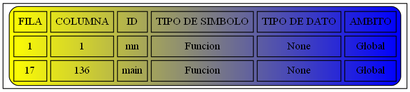
JoseMore99/OLC2_P1_201701015 keeps this Graphviz diagram as Simbolos.png. Above is the earlier version. Its source is kept beside it as Simbolos.dot.
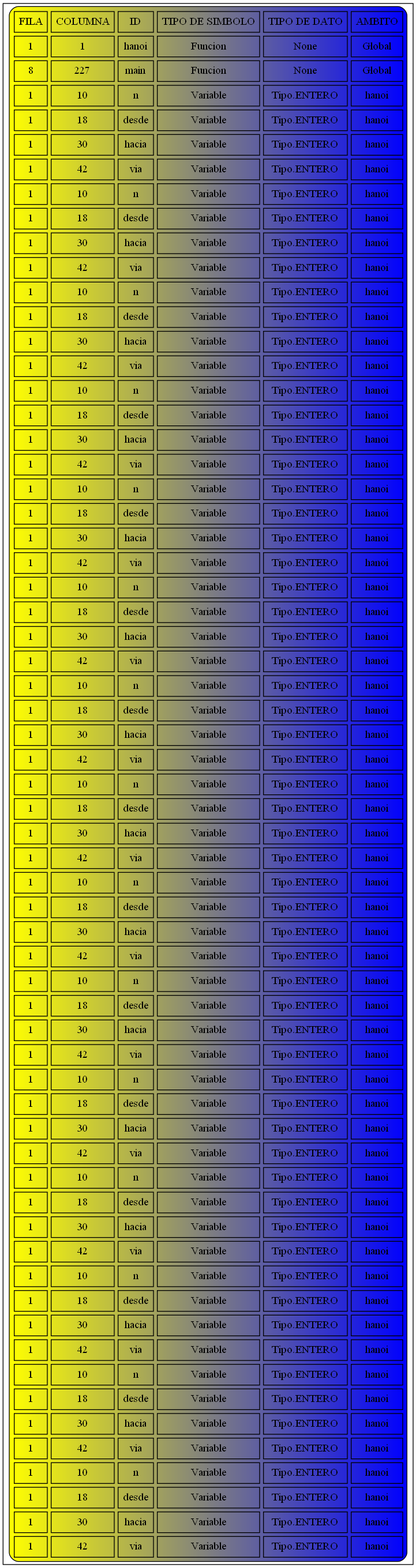
Later version of the same file.

Diff of the diagram source:
```diff
@@ -2,7 +2,67 @@
 node [shape=record];
 a0 [label=<<TABLE border="1" cellspacing="5" cellpadding="5" style="rounded" bgcolor="yellow:blue">
 "<TR><TD>FILA</TD><TD>COLUMNA</TD><TD>ID</TD><TD>TIPO DE SIMBOLO</TD><TD>TIPO DE DATO</TD><TD>AMBITO</TD></TR>
-<TR><TD>1</TD><TD>1</TD><TD>mn</TD><TD>Funcion</TD><TD>None</TD><TD>Global</TD></TR>
-<TR><TD>17</TD><TD>136</TD><TD>main</TD><TD>Funcion</TD><TD>None</TD><TD>Global</TD></TR>
+<TR><TD>1</TD><TD>1</TD><TD>hanoi</TD><TD>Funcion</TD><TD>None</TD><TD>Global</TD></TR>
+<TR><TD>8</TD><TD>227</TD><TD>main</TD><TD>Funcion</TD><TD>None</TD><TD>Global</TD></TR>
+<TR><TD>1</TD><TD>10</TD><TD>n</TD><TD>Variable</TD><TD>Tipo.ENTERO</TD><TD>hanoi</TD></TR>
+<TR><TD>1</TD><TD>18</TD><TD>desde</TD><TD>Variable</TD><TD>Tipo.ENTERO</TD><TD>hanoi</TD></TR>
+<TR><TD>1</TD><TD>30</TD><TD>hacia</TD><TD>Variable</TD><TD>Tipo.ENTERO</TD><TD>hanoi</TD></TR>
+<TR><TD>1</TD><TD>42</TD><TD>via</TD><TD>Variable</TD><TD>Tipo.ENTERO</TD><TD>hanoi</TD></TR>
+<TR><TD>1</TD><TD>10</TD><TD>n</TD><TD>Variable</TD><TD>Tipo.ENTERO</TD><TD>hanoi</TD></TR>
+<TR><TD>1</TD><TD>18</TD><TD>desde</TD><TD>Variable</TD><TD>Tipo.ENTERO</TD><TD>hanoi</TD></TR>
+<TR><TD>1</TD><TD>30</TD><TD>hacia</TD><TD>Variable</TD><TD>Tipo.ENTERO</TD><TD>hanoi</TD></TR>
+<TR><TD>1</TD><TD>42</TD><TD>via</TD><TD>Variable</TD><TD>Tipo.ENTERO</TD><TD>hanoi</TD></TR>
+<TR><TD>1</TD><TD>10</TD><TD>n</TD><TD>Variable</TD><TD>Tipo.ENTERO</TD><TD>hanoi</TD></TR>
+<TR><TD>1</TD><TD>18</TD><TD>desde</TD><TD>Variable</TD><TD>Tipo.ENTERO</TD><TD>hanoi</TD></TR>
+<TR><TD>1</TD><TD>30</TD><TD>hacia</TD><TD>Variable</TD><TD>Tipo.ENTERO</TD><TD>hanoi</TD></TR>
+<TR><TD>1</TD><TD>42</TD><TD>via</TD><TD>Variable</TD><TD>Tipo.ENTERO</TD><TD>hanoi</TD></TR>
+<TR><TD>1</TD><TD>10</TD><TD>n</TD><TD>Variable</TD><TD>Tipo.ENTERO</TD><TD>hanoi</TD></TR>
+<TR><TD>1</TD><TD>18</TD><TD>desde</TD><TD>Variable</TD><TD>Tipo.ENTERO</TD><TD>hanoi</TD></TR>
+<TR><TD>1</TD><TD>30</TD><TD>hacia</TD><TD>Variable</TD><TD>Tipo.ENTERO</TD><TD>hanoi</TD></TR>
+<TR><TD>1</TD><TD>42</TD><TD>via</TD><TD>Variable</TD><TD>Tipo.ENTERO</TD><TD>hanoi</TD></TR>
+<TR><TD>1</TD><TD>10</TD><TD>n</TD><TD>Variable</TD><TD>Tipo.ENTERO</TD><TD>hanoi</TD></TR>
+<TR><TD>1</TD><TD>18</TD><TD>desde</TD><TD>Variable</TD><TD>Tipo.ENTERO</TD><TD>hanoi</TD></TR>
+<TR><TD>1</TD><TD>30</TD><TD>hacia</TD><TD>Variable</TD><TD>Tipo.ENTERO</TD><TD>hanoi</TD></TR>
+<TR><TD>1</TD><TD>42</TD><TD>via</TD><TD>Variable</TD><TD>Tipo.ENTERO</TD><TD>hanoi</TD></TR>
+<TR><TD>1</TD><TD>10</TD><TD>n</TD><TD>Variable</TD><TD>Tipo.ENTERO</TD><TD>hanoi</TD></TR>
+<TR><TD>1</TD><TD>18</TD><TD>desde</TD><TD>Variable</TD><TD>Tipo.ENTERO</TD><TD>hanoi</TD></TR>
+<TR><TD>1</TD><TD>30</TD><TD>hacia</TD><TD>Variable</TD><TD>Tipo.ENTERO</TD><TD>hanoi</TD></TR>
+<TR><TD>1</TD><TD>42</TD><TD>via</TD><TD>Variable</TD><TD>Tipo.ENTERO</TD><TD>hanoi</TD></TR>
+<TR><TD>1</TD><TD>10</TD><TD>n</TD><TD>Variable</TD><TD>Tipo.ENTERO</TD><TD>hanoi</TD></TR>
+<TR><TD>1</TD><TD>18</TD><TD>desde</TD><TD>Variable</TD><TD>Tipo.ENTERO</TD><TD>hanoi</TD></TR>
+<TR><TD>1</TD><TD>30</TD><TD>hacia</TD><TD>Variable</TD><TD>Tipo.ENTERO</TD><TD>hanoi</TD></TR>
+<TR><TD>1</TD><TD>42</TD><TD>via</TD><TD>Variable</TD><TD>Tipo.ENTERO</TD><TD>hanoi</TD></TR>
+<TR><TD>1</TD><TD>10</TD><TD>n</TD><TD>Variable</TD><TD>Tipo.ENTERO</TD><TD>hanoi</TD></TR>
+<TR><TD>1</TD><TD>18</TD><TD>desde</TD><TD>Variable</TD><TD>Tipo.ENTERO</TD><TD>hanoi</TD></TR>
+<TR><TD>1</TD><TD>30</TD><TD>hacia</TD><TD>Variable</TD><TD>Tipo.ENTERO</TD><TD>hanoi</TD></TR>
+<TR><TD>1</TD><TD>42</TD><TD>via</TD><TD>Variable</TD><TD>Tipo.ENTERO</TD><TD>hanoi</TD></TR>
+<TR><TD>1</TD><TD>10</TD><TD>n</TD><TD>Variable</TD><TD>Tipo.ENTERO</TD><TD>hanoi</TD></TR>
+<TR><TD>1</TD><TD>18</TD><TD>desde</TD><TD>Variable</TD><TD>Tipo.ENTERO</TD><TD>hanoi</TD></TR>
+<TR><TD>1</TD><TD>30</TD><TD>hacia</TD><TD>Variable</TD><TD>Tipo.ENTERO</TD><TD>hanoi</TD></TR>
+<TR><TD>1</TD><TD>42</TD><TD>via</TD><TD>Variable</TD><TD>Tipo.ENTERO</TD><TD>hanoi</TD></TR>
+<TR><TD>1</TD><TD>10</TD><TD>n</TD><TD>Variable</TD><TD>Tipo.ENTERO</TD><TD>hanoi</TD></TR>
+<TR><TD>1</TD><TD>18</TD><TD>desde</TD><TD>Variable</TD><TD>Tipo.ENTERO</TD><TD>hanoi</TD></TR>
+<TR><TD>1</TD><TD>30</TD><TD>hacia</TD><TD>Variable</TD><TD>Tipo.ENTERO</TD><TD>hanoi</TD></TR>
+<TR><TD>1</TD><TD>42</TD><TD>via</TD><TD>Variable</TD><TD>Tipo.ENTERO</TD><TD>hanoi</TD></TR>
+<TR><TD>1</TD><TD>10</TD><TD>n</TD><TD>Variable</TD><TD>Tipo.ENTERO</TD><TD>hanoi</TD></TR>
+<TR><TD>1</TD><TD>18</TD><TD>desde</TD><TD>Variable</TD><TD>Tipo.ENTERO</TD><TD>hanoi</TD></TR>
+<TR><TD>1</TD><TD>30</TD><TD>hacia</TD><TD>Variable</TD><TD>Tipo.ENTERO</TD><TD>hanoi</TD></TR>
+<TR><TD>1</TD><TD>42</TD><TD>via</TD><TD>Variable</TD><TD>Tipo.ENTERO</TD><TD>hanoi</TD></TR>
+<TR><TD>1</TD><TD>10</TD><TD>n</TD><TD>Variable</TD><TD>Tipo.ENTERO</TD><TD>hanoi</TD></TR>
+<TR><TD>1</TD><TD>18</TD><TD>desde</TD><TD>Variable</TD><TD>Tipo.ENTERO</TD><TD>hanoi</TD></TR>
+<TR><TD>1</TD><TD>30</TD><TD>hacia</TD><TD>Variable</TD><TD>Tipo.ENTERO</TD><TD>hanoi</TD></TR>
+<TR><TD>1</TD><TD>42</TD><TD>via</TD><TD>Variable</TD><TD>Tipo.ENTERO</TD><TD>hanoi</TD></TR>
+<TR><TD>1</TD><TD>10</TD><TD>n</TD><TD>Variable</TD><TD>Tipo.ENTERO</TD><TD>hanoi</TD></TR>
+<TR><TD>1</TD><TD>18</TD><TD>desde</TD><TD>Variable</TD><TD>Tipo.ENTERO</TD><TD>hanoi</TD></TR>
+<TR><TD>1</TD><TD>30</TD><TD>hacia</TD><TD>Variable</TD><TD>Tipo.ENTERO</TD><TD>hanoi</TD></TR>
+<TR><TD>1</TD><TD>42</TD><TD>via</TD><TD>Variable</TD><TD>Tipo.ENTERO</TD><TD>hanoi</TD></TR>
+<TR><TD>1</TD><TD>10</TD><TD>n</TD><TD>Variable</TD><TD>Tipo.ENTERO</TD><TD>hanoi</TD></TR>
+<TR><TD>1</TD><TD>18</TD><TD>desde</TD><TD>Variable</TD><TD>Tipo.ENTERO</TD><TD>hanoi</TD></TR>
+<TR><TD>1</TD><TD>30</TD><TD>hacia</TD><TD>Variable</TD><TD>Tipo.ENTERO</TD><TD>hanoi</TD></TR>
+<TR><TD>1</TD><TD>42</TD><TD>via</TD><TD>Variable</TD><TD>Tipo.ENTERO</TD><TD>hanoi</TD></TR>
+<TR><TD>1</TD><TD>10</TD><TD>n</TD><TD>Variable</TD><TD>Tipo.ENTERO</TD><TD>hanoi</TD></TR>
+<TR><TD>1</TD><TD>18</TD><TD>desde</TD><TD>Variable</TD><TD>Tipo.ENTERO</TD><TD>hanoi</TD></TR>
+<TR><TD>1</TD><TD>30</TD><TD>hacia</TD><TD>Variable</TD><TD>Tipo.ENTERO</TD><TD>hanoi</TD></TR>
+<TR><TD>1</TD><TD>42</TD><TD>via</TD><TD>Variable</TD><TD>Tipo.ENTERO</TD><TD>hanoi</TD></TR>
 </TABLE>>];
 }
```
